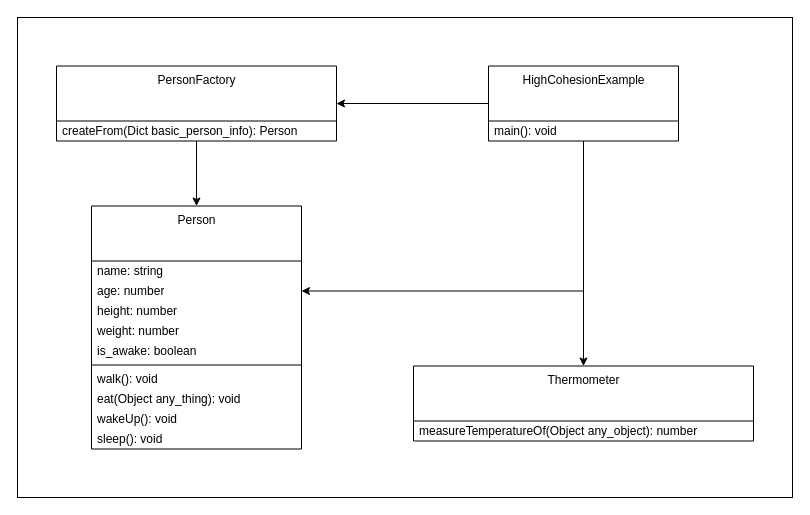
The draw.io diagram page "High Cohesion" (3 of 6) of images/clean-code-clean-classes/clean-classes.drawio in GabrielSlima/blog, before the edit. Source tidied: cells renumbered, new cells numbered last; positions are measured from the earlier drawing's top-left corner, leaving out a move shared by most shapes. Both pictures are drawn from the tidied source at 100%, with x=0, y=0 at pixel (17, 17).
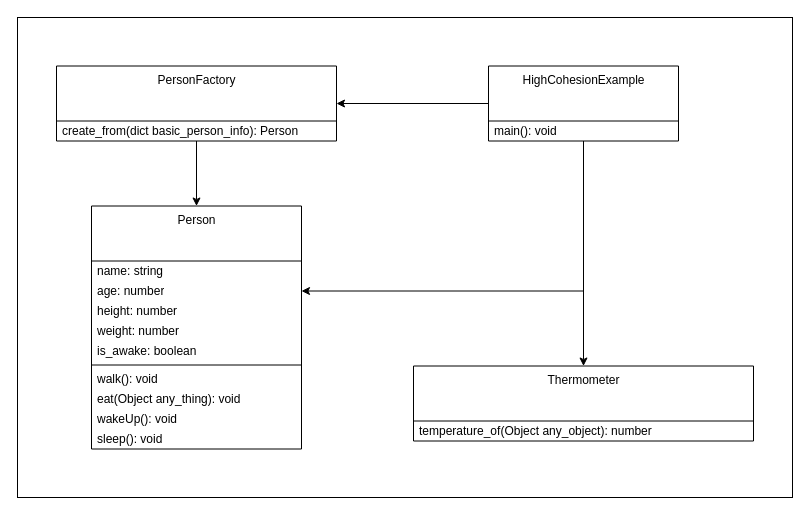
After the change.

Unchanged cells that the change refers to:
```xml
<mxCell id="14" value="Thermometer" style="swimlane;fontStyle=0;align=center;verticalAlign=top;horizontal=1;startSize=55;html=1;fillColor=none;" parent="1" vertex="1">
  <mxGeometry x="396" y="348.5" width="340" height="75" as="geometry" />
</mxCell>
<mxCell id="22" value="PersonFactory" style="swimlane;fontStyle=0;align=center;verticalAlign=top;horizontal=1;startSize=55;html=1;fillColor=none;" parent="1" vertex="1">
  <mxGeometry x="39" y="48.5" width="280" height="75" as="geometry" />
</mxCell>
```

The edit, as a diff of the source:
```diff
@@
-    <mxCell id="15" value="measureTemperatureOf(Object any_object): number" style="text;html=1;strokeColor=none;fillColor=none;align=left;verticalAlign=middle;spacingLeft=4;spacingRight=4;overflow=hidden;" parent="14" vertex="1">
+    <mxCell id="15" value="temperature_of(Object any_object): number" style="text;html=1;strokeColor=none;fillColor=none;align=left;verticalAlign=middle;spacingLeft=4;spacingRight=4;overflow=hidden;" parent="14" vertex="1">
       <mxGeometry y="55" width="340" height="20" as="geometry" />
     </mxCell>
@@
-    <mxCell id="23" value="&lt;div&gt;createFrom(Dict basic_person_info): Person&lt;br&gt;&lt;/div&gt;" style="text;html=1;strokeColor=none;fillColor=none;align=left;verticalAlign=middle;spacingLeft=4;spacingRight=4;overflow=hidden;" parent="22" vertex="1">
+    <mxCell id="23" value="&lt;div&gt;create_from(dict basic_person_info): Person&lt;br&gt;&lt;/div&gt;" style="text;html=1;strokeColor=none;fillColor=none;align=left;verticalAlign=middle;spacingLeft=4;spacingRight=4;overflow=hidden;" parent="22" vertex="1">
       <mxGeometry y="55" width="280" height="20" as="geometry" />
     </mxCell>
```
